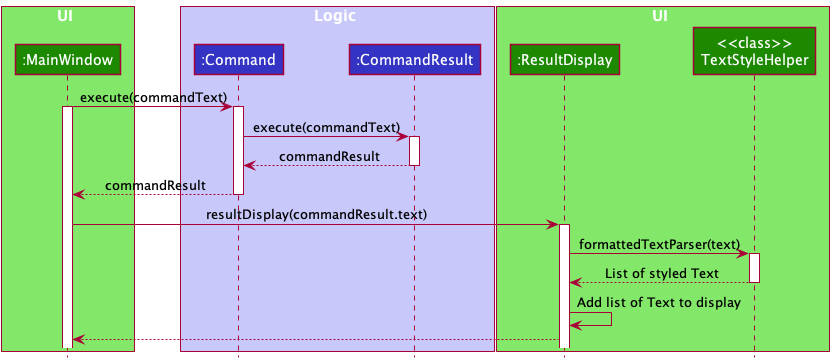
This is docs/images/MarkdownTextStylerDiagram.png from nus-cs2103-AY2122S2/tp, a PlantUML export, as it was before one commit. Its source is kept beside it as docs/diagrams/MarkdownTextStylerDiagram.puml.
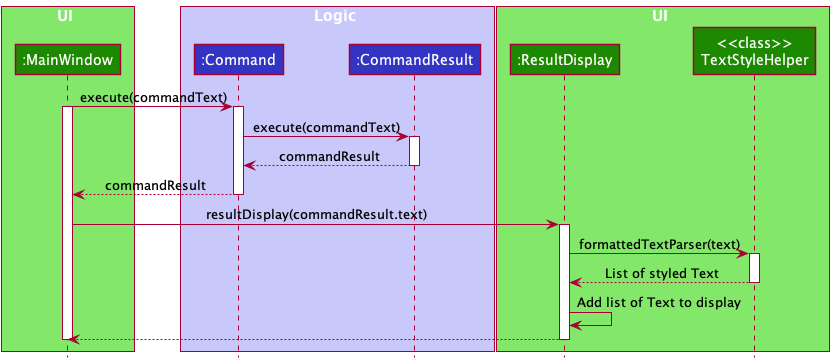
The same diagram one commit later.

Commit message:
Fix diagrams and nits

Diff of the diagram source:
```diff
@@ -37,5 +37,6 @@
 
 ResultDisplay -> ResultDisplay : Add list of Text to display
 ResultDisplay --> MainWindow
-
+deactivate ResultDisplay
+deactivate MainWindow
 @enduml
```
